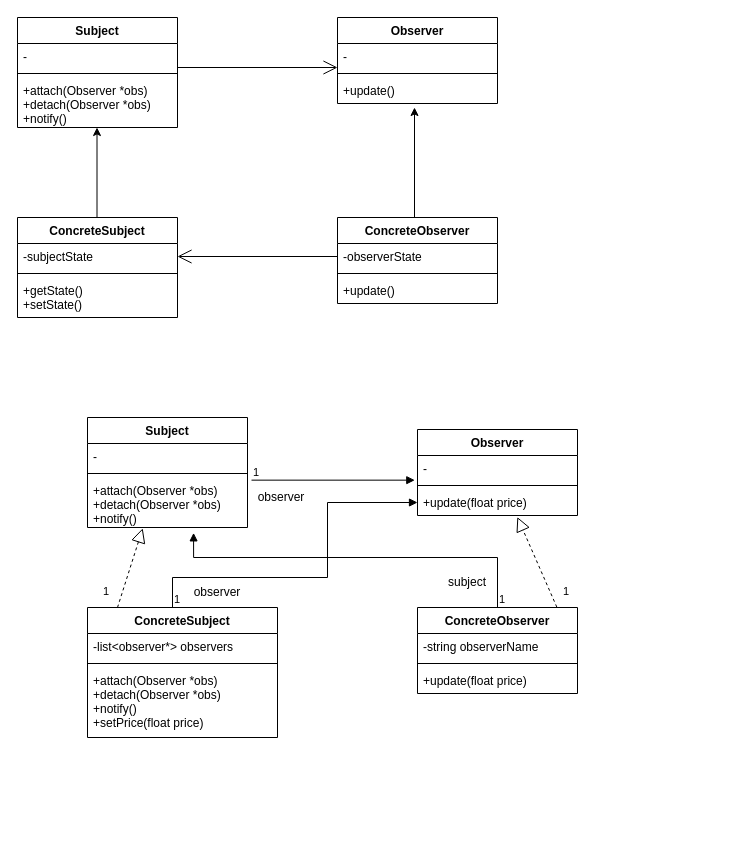
yukun093/observerPattern keeps this draw.io diagram as ObserverPattern.drawio. Above is the earlier version. Source tidied: cells renumbered, new cells numbered last; positions are measured from the earlier drawing's top-left corner, leaving out a move shared by most shapes. Both pictures are drawn from the tidied source at 100%, with x=0, y=0 at pixel (17, 17).
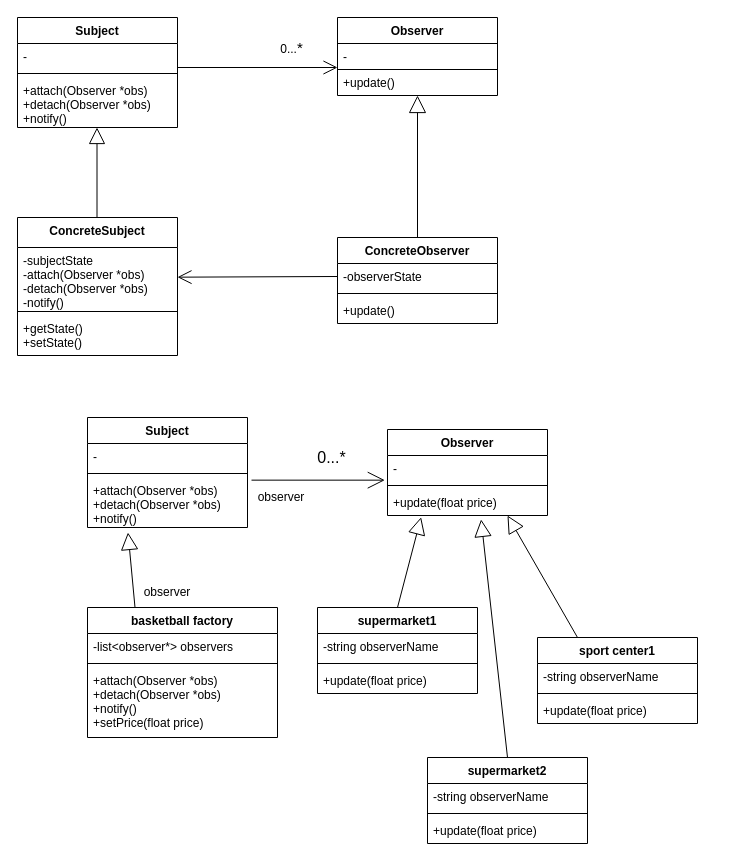
The same diagram, later.

The change refers to these unchanged cells:
```xml
<mxCell id="27" value="-" style="text;strokeColor=none;fillColor=none;align=left;verticalAlign=top;spacingLeft=4;spacingRight=4;overflow=hidden;points=[[0,0.5],[1,0.5]];portConstraint=eastwest;" parent="26" vertex="1">
  <mxGeometry y="26" width="160" height="26" as="geometry" />
</mxCell>
<mxCell id="29" value="+update(float price)" style="text;strokeColor=none;fillColor=none;align=left;verticalAlign=top;spacingLeft=4;spacingRight=4;overflow=hidden;points=[[0,0.5],[1,0.5]];portConstraint=eastwest;" parent="26" vertex="1">
  <mxGeometry y="60" width="160" height="26" as="geometry" />
</mxCell>
<mxCell id="37" value="+attach(Observer *obs)&#10;+detach(Observer *obs)&#10;+notify()" style="text;strokeColor=none;fillColor=none;align=left;verticalAlign=top;spacingLeft=4;spacingRight=4;overflow=hidden;points=[[0,0.5],[1,0.5]];portConstraint=eastwest;" parent="34" vertex="1">
  <mxGeometry y="60" width="160" height="50" as="geometry" />
</mxCell>
```

Diff of the diagram source:
```diff
@@
     <mxCell id="6" value="Observer" style="swimlane;fontStyle=1;align=center;verticalAlign=top;horizontal=1;startSize=26;" parent="1" vertex="1">
-      <mxGeometry x="320" width="160" height="86" as="geometry" />
+      <mxGeometry x="320" width="160" height="78" as="geometry" />
     </mxCell>
-    <mxCell id="7" value="-" style="text;strokeColor=none;fillColor=none;align=left;verticalAlign=top;spacingLeft=4;spacingRight=4;overflow=hidden;" parent="6" vertex="1">
+    <mxCell id="7" value="-" style="text;strokeColor=default;fillColor=none;align=left;verticalAlign=top;spacingLeft=4;spacingRight=4;overflow=hidden;" parent="6" vertex="1">
       <mxGeometry y="26" width="160" height="26" as="geometry" />
     </mxCell>
-    <mxCell id="8" style="line;strokeWidth=1;fillColor=none;align=left;verticalAlign=middle;spacingTop=-1;spacingLeft=3;spacingRight=3;labelPosition=right;" parent="6" vertex="1">
-      <mxGeometry y="52" width="160" height="8" as="geometry" />
-    </mxCell>
     <mxCell id="9" value="+update()" style="text;strokeColor=none;fillColor=none;align=left;verticalAlign=top;spacingLeft=4;spacingRight=4;overflow=hidden;" parent="6" vertex="1">
-      <mxGeometry y="60" width="160" height="26" as="geometry" />
+      <mxGeometry y="52" width="160" height="26" as="geometry" />
     </mxCell>
     <mxCell id="10" value="ConcreteObserver" style="swimlane;fontStyle=1;align=center;verticalAlign=top;horizontal=1;startSize=26;" parent="1" vertex="1">
-      <mxGeometry x="320" y="200" width="160" height="86" as="geometry" />
+      <mxGeometry x="320" y="220" width="160" height="86" as="geometry" />
     </mxCell>
@@
-    <mxCell id="14" value="ConcreteSubject" style="swimlane;fontStyle=1;align=center;verticalAlign=top;horizontal=1;startSize=26;" parent="1" vertex="1">
-      <mxGeometry y="200" width="160" height="100" as="geometry" />
+    <mxCell id="14" value="ConcreteSubject" style="swimlane;fontStyle=1;align=center;verticalAlign=top;horizontal=1;startSize=30;" parent="1" vertex="1">
+      <mxGeometry y="200" width="160" height="138" as="geometry" />
     </mxCell>
-    <mxCell id="15" value="-subjectState" style="text;strokeColor=none;fillColor=none;align=left;verticalAlign=top;spacingLeft=4;spacingRight=4;overflow=hidden;points=[[0,0.5],[1,0.5]];portConstraint=eastwest;" parent="14" vertex="1">
-      <mxGeometry y="26" width="160" height="26" as="geometry" />
+    <mxCell id="15" value="-subjectState&#10;-attach(Observer *obs)&#10;-detach(Observer *obs)&#10;-notify()" style="text;strokeColor=none;fillColor=none;align=left;verticalAlign=top;spacingLeft=4;spacingRight=4;overflow=hidden;points=[[0,0.5],[1,0.5]];portConstraint=eastwest;" parent="14" vertex="1">
+      <mxGeometry y="30" width="160" height="60" as="geometry" />
     </mxCell>
     <mxCell id="16" style="line;strokeWidth=1;fillColor=none;align=left;verticalAlign=middle;spacingTop=-1;spacingLeft=3;spacingRight=3;labelPosition=right;" parent="14" vertex="1">
-      <mxGeometry y="52" width="160" height="8" as="geometry" />
+      <mxGeometry y="90" width="160" height="8" as="geometry" />
     </mxCell>
     <mxCell id="17" value="+getState()&#10;+setState()" style="text;strokeColor=none;fillColor=none;align=left;verticalAlign=top;spacingLeft=4;spacingRight=4;overflow=hidden;" parent="14" vertex="1">
-      <mxGeometry y="60" width="160" height="40" as="geometry" />
+      <mxGeometry y="98" width="160" height="40" as="geometry" />
     </mxCell>
@@
-    <mxCell id="20" style="endArrow=classic;html=1;rounded=0;" parent="1" edge="1">
-      <mxGeometry relative="1" as="geometry">
-        <mxPoint x="397" y="200" as="sourcePoint" />
-        <mxPoint x="397" y="90" as="targetPoint" />
-      </mxGeometry>
+    <mxCell id="20" style="endArrow=block;html=1;rounded=0;endFill=0;strokeWidth=1;jumpSize=6;endSize=15;exitX=0.5;exitY=0;exitDx=0;exitDy=0;entryX=0.5;entryY=1;entryDx=0;entryDy=0;" parent="1" edge="1" source="10" target="6">
+      <mxGeometry relative="1" as="geometry" />
     </mxCell>
-    <mxCell id="21" style="endArrow=classic;html=1;rounded=0;" parent="1" edge="1">
+    <mxCell id="21" style="endArrow=block;html=1;rounded=0;endSize=14;endFill=0;" parent="1" edge="1">
       <mxGeometry relative="1" as="geometry">
         <mxPoint x="79.5" y="200" as="sourcePoint" />
         <mxPoint x="79.5" y="110" as="targetPoint" />
       </mxGeometry>
     </mxCell>
-    <mxCell id="22" value="ConcreteSubject" style="swimlane;fontStyle=1;align=center;verticalAlign=top;horizontal=1;startSize=26;" parent="1" vertex="1">
+    <mxCell id="22" value="basketball factory" style="swimlane;fontStyle=1;align=center;verticalAlign=top;horizontal=1;startSize=26;" parent="1" vertex="1">
       <mxGeometry x="70" y="590" width="190" height="130" as="geometry" />
     </mxCell>
@@
     <mxCell id="26" value="Observer" style="swimlane;fontStyle=1;align=center;verticalAlign=top;horizontal=1;startSize=26;" parent="1" vertex="1">
-      <mxGeometry x="400" y="412" width="160" height="86" as="geometry" />
+      <mxGeometry x="370" y="412" width="160" height="86" as="geometry" />
     </mxCell>
@@
-    <mxCell id="30" value="ConcreteObserver" style="swimlane;fontStyle=1;align=center;verticalAlign=top;horizontal=1;startSize=26;" parent="1" vertex="1">
-      <mxGeometry x="400" y="590" width="160" height="86" as="geometry" />
+    <mxCell id="30" value="supermarket1" style="swimlane;fontStyle=1;align=center;verticalAlign=top;horizontal=1;startSize=26;" parent="1" vertex="1">
+      <mxGeometry x="300" y="590" width="160" height="86" as="geometry" />
     </mxCell>
@@
-    <mxCell id="38" style="endArrow=block;endFill=1;html=1;edgeStyle=orthogonalEdgeStyle;align=left;verticalAlign=top;rounded=0;exitX=1.025;exitY=0.053;exitDx=0;exitDy=0;exitPerimeter=0;entryX=-0.017;entryY=0.949;entryDx=0;entryDy=0;entryPerimeter=0;" parent="1" edge="1" source="37" target="27">
+    <mxCell id="38" style="endArrow=open;endFill=0;html=1;edgeStyle=orthogonalEdgeStyle;align=left;verticalAlign=top;rounded=0;exitX=1.025;exitY=0.053;exitDx=0;exitDy=0;exitPerimeter=0;entryX=-0.017;entryY=0.949;entryDx=0;entryDy=0;entryPerimeter=0;endSize=15;" parent="1" edge="1" source="37" target="27">
       <mxGeometry x="-0.56" y="-117" relative="1" as="geometry" />
     </mxCell>
-    <mxCell id="39" value="1" style="edgeLabel;html=1;align=left;verticalAlign=bottom;" parent="38" vertex="1">
-      <mxGeometry x="-1" relative="1" as="geometry" />
-    </mxCell>
-    <mxCell id="40" style="endArrow=block;endFill=1;html=1;edgeStyle=orthogonalEdgeStyle;align=left;verticalAlign=top;rounded=0;entryX=0;entryY=0.5;entryDx=0;entryDy=0;" parent="1" edge="1" target="29">
-      <mxGeometry x="-0.03" y="-20" relative="1" as="geometry">
-        <mxPoint x="155" y="590" as="sourcePoint" />
-        <Array as="points">
-          <mxPoint x="155" y="590" />
-          <mxPoint x="155" y="560" />
-          <mxPoint x="310" y="560" />
-          <mxPoint x="310" y="485" />
-        </Array>
-      </mxGeometry>
-    </mxCell>
-    <mxCell id="41" value="1" style="edgeLabel;html=1;align=left;verticalAlign=bottom;" parent="40" vertex="1">
-      <mxGeometry x="-1" relative="1" as="geometry" />
-    </mxCell>
     <mxCell id="42" value="observer" style="text;html=1;strokeColor=none;fillColor=none;align=center;verticalAlign=middle;whiteSpace=wrap;rounded=0;" parent="1" vertex="1">
-      <mxGeometry x="170" y="560" width="60" height="30" as="geometry" />
+      <mxGeometry x="120" y="560" width="60" height="30" as="geometry" />
     </mxCell>
@@
-    <mxCell id="44" style="endArrow=block;endFill=1;html=1;edgeStyle=orthogonalEdgeStyle;align=left;verticalAlign=top;rounded=0;exitX=0.5;exitY=0;exitDx=0;exitDy=0;entryX=0.663;entryY=1.107;entryDx=0;entryDy=0;entryPerimeter=0;" parent="1" edge="1" source="30" target="37">
-      <mxGeometry x="-1" relative="1" as="geometry">
-        <Array as="points">
-          <mxPoint x="480" y="540" />
-          <mxPoint x="176" y="540" />
-        </Array>
-      </mxGeometry>
-    </mxCell>
-    <mxCell id="45" value="1" style="edgeLabel;html=1;align=left;verticalAlign=bottom;" parent="44" vertex="1">
-      <mxGeometry x="-1" relative="1" as="geometry" />
-    </mxCell>
-    <mxCell id="46" value="subject" style="text;html=1;strokeColor=none;fillColor=none;align=center;verticalAlign=middle;whiteSpace=wrap;rounded=0;" parent="1" vertex="1">
-      <mxGeometry x="420" y="550" width="60" height="30" as="geometry" />
-    </mxCell>
-    <mxCell id="47" style="group;" parent="1" vertex="1">
-      <mxGeometry x="84" y="582" width="16" height="8" as="geometry" />
-    </mxCell>
-    <mxCell id="48" style="endArrow=block;dashed=1;endFill=0;endSize=12;html=1;rounded=0;entryX=0.345;entryY=1.017;entryDx=0;entryDy=0;entryPerimeter=0;" parent="47" edge="1" target="37">
-      <mxGeometry relative="1" as="geometry">
-        <mxPoint x="16" y="8" as="sourcePoint" />
-        <Array as="points">
-          <mxPoint x="16" y="8" />
-        </Array>
-      </mxGeometry>
-    </mxCell>
-    <mxCell id="49" value="1" style="edgeLabel;html=1;align=left;verticalAlign=bottom;" parent="47" vertex="1">
-      <mxGeometry x="160" y="-102" as="geometry">
-        <mxPoint x="-160" y="102" as="offset" />
-      </mxGeometry>
-    </mxCell>
-    <mxCell id="50" style="group;" parent="1" vertex="1">
-      <mxGeometry x="544" y="582" width="16" height="8" as="geometry" />
-    </mxCell>
-    <mxCell id="51" value="1" style="edgeLabel;html=1;align=left;verticalAlign=bottom;" parent="50" vertex="1">
-      <mxGeometry x="160" y="-102" as="geometry">
-        <mxPoint x="-160" y="102" as="offset" />
-      </mxGeometry>
-    </mxCell>
+    <mxCell id="53" value="0...&lt;font style=&quot;font-size: 15px&quot;&gt;*&lt;/font&gt;" style="text;html=1;align=center;verticalAlign=middle;strokeColor=none;fillColor=none;" parent="1" vertex="1">
+      <mxGeometry x="254" y="20" width="40" height="20" as="geometry" />
+    </mxCell>
+    <mxCell id="54" value="&lt;font style=&quot;font-size: 16px&quot;&gt;0...*&lt;/font&gt;" style="text;html=1;align=center;verticalAlign=middle;strokeColor=none;fillColor=none;fontSize=15;" parent="1" vertex="1">
+      <mxGeometry x="294" y="430" width="40" height="20" as="geometry" />
+    </mxCell>
+    <mxCell id="55" value="supermarket2" style="swimlane;fontStyle=1;align=center;verticalAlign=top;horizontal=1;startSize=26;" parent="1" vertex="1">
+      <mxGeometry x="410" y="740" width="160" height="86" as="geometry" />
+    </mxCell>
+    <mxCell id="56" value="-string observerName" style="text;strokeColor=none;fillColor=none;align=left;verticalAlign=top;spacingLeft=4;spacingRight=4;overflow=hidden;" parent="55" vertex="1">
+      <mxGeometry y="26" width="160" height="26" as="geometry" />
+    </mxCell>
+    <mxCell id="57" style="line;strokeWidth=1;fillColor=none;align=left;verticalAlign=middle;spacingTop=-1;spacingLeft=3;spacingRight=3;labelPosition=right;" parent="55" vertex="1">
+      <mxGeometry y="52" width="160" height="8" as="geometry" />
+    </mxCell>
+    <mxCell id="58" value="+update(float price)" style="text;strokeColor=none;fillColor=none;align=left;verticalAlign=top;spacingLeft=4;spacingRight=4;overflow=hidden;" parent="55" vertex="1">
+      <mxGeometry y="60" width="160" height="26" as="geometry" />
+    </mxCell>
+    <mxCell id="59" style="endArrow=block;html=1;rounded=0;fontSize=10;endSize=15;strokeWidth=1;jumpSize=6;entryX=0.253;entryY=1.1;entryDx=0;entryDy=0;entryPerimeter=0;exitX=0.25;exitY=0;exitDx=0;exitDy=0;endFill=0;" parent="1" edge="1" source="22" target="37">
+      <mxGeometry relative="1" as="geometry" />
+    </mxCell>
+    <mxCell id="60" value="sport center1" style="swimlane;fontStyle=1;align=center;verticalAlign=top;horizontal=1;startSize=26;" parent="1" vertex="1">
+      <mxGeometry x="520" y="620" width="160" height="86" as="geometry" />
+    </mxCell>
+    <mxCell id="61" value="-string observerName" style="text;strokeColor=none;fillColor=none;align=left;verticalAlign=top;spacingLeft=4;spacingRight=4;overflow=hidden;" parent="60" vertex="1">
+      <mxGeometry y="26" width="160" height="26" as="geometry" />
+    </mxCell>
+    <mxCell id="62" style="line;strokeWidth=1;fillColor=none;align=left;verticalAlign=middle;spacingTop=-1;spacingLeft=3;spacingRight=3;labelPosition=right;" parent="60" vertex="1">
+      <mxGeometry y="52" width="160" height="8" as="geometry" />
+    </mxCell>
+    <mxCell id="63" value="+update(float price)" style="text;strokeColor=none;fillColor=none;align=left;verticalAlign=top;spacingLeft=4;spacingRight=4;overflow=hidden;" parent="60" vertex="1">
+      <mxGeometry y="60" width="160" height="26" as="geometry" />
+    </mxCell>
+    <mxCell id="64" style="endArrow=block;html=1;rounded=0;fontSize=10;endSize=15;strokeWidth=1;jumpSize=6;entryX=0.253;entryY=1.1;entryDx=0;entryDy=0;entryPerimeter=0;endFill=0;exitX=0.25;exitY=0;exitDx=0;exitDy=0;" parent="1" edge="1" source="60">
+      <mxGeometry relative="1" as="geometry">
+        <mxPoint x="490" y="498" as="targetPoint" />
+      </mxGeometry>
+    </mxCell>
+    <mxCell id="65" style="endArrow=block;html=1;rounded=0;fontSize=10;endSize=15;strokeWidth=1;jumpSize=6;entryX=0.585;entryY=1.151;entryDx=0;entryDy=0;entryPerimeter=0;endFill=0;exitX=0.5;exitY=0;exitDx=0;exitDy=0;" parent="1" edge="1" source="55" target="29">
+      <mxGeometry relative="1" as="geometry" />
+    </mxCell>
-    <mxCell id="52" style="endArrow=block;dashed=1;endFill=0;endSize=12;html=1;rounded=0;entryX=0.624;entryY=1.059;entryDx=0;entryDy=0;entryPerimeter=0;exitX=0.871;exitY=-0.004;exitDx=0;exitDy=0;exitPerimeter=0;" parent="1" edge="1" source="30" target="29">
+    <mxCell id="52" style="endArrow=block;html=1;rounded=0;fontSize=10;endSize=15;strokeWidth=1;jumpSize=6;entryX=0.21;entryY=1.066;entryDx=0;entryDy=0;entryPerimeter=0;endFill=0;exitX=0.5;exitY=0;exitDx=0;exitDy=0;" parent="1" edge="1" source="30" target="29">
       <mxGeometry relative="1" as="geometry" />
     </mxCell>
```
